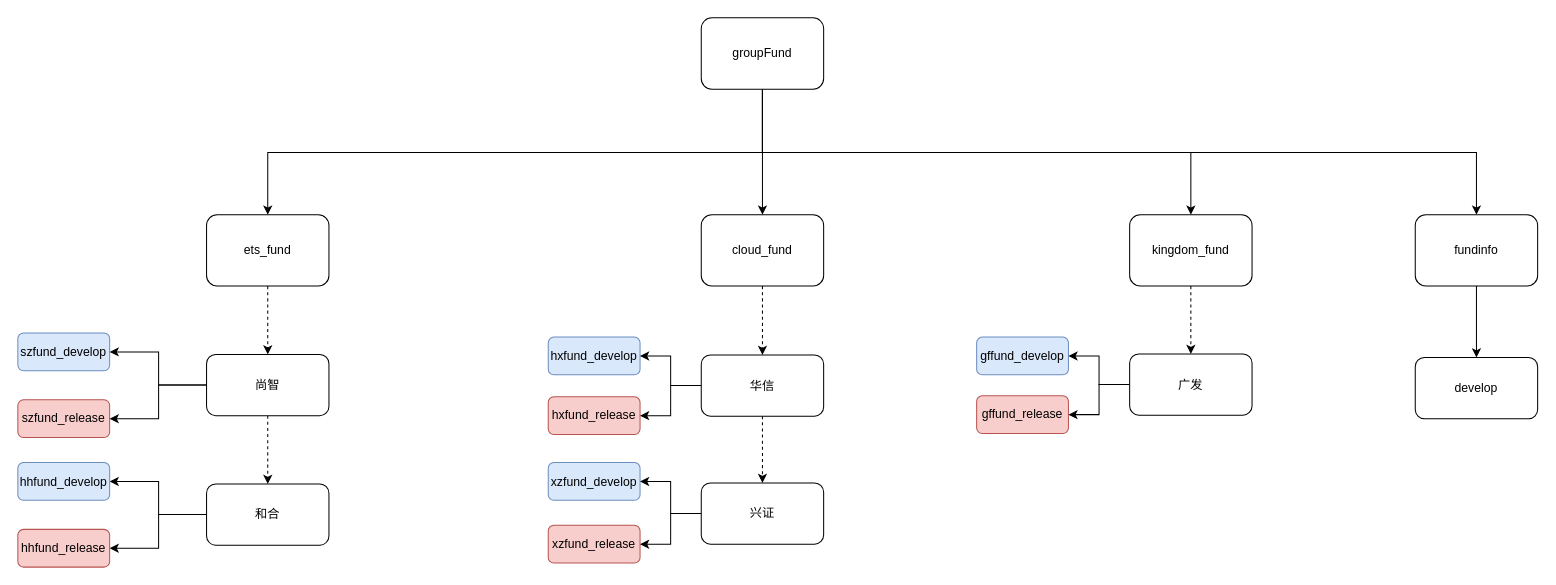
Earlier version of the draw.io diagram 基金git代码分支图.drawio (ammengke/my-drawio). Source tidied: cells renumbered, new cells numbered last; positions are measured from the earlier drawing's top-left corner, leaving out a move shared by most shapes. Both pictures are drawn from the tidied source at 102%, with x=0, y=0 at pixel (17, 17).
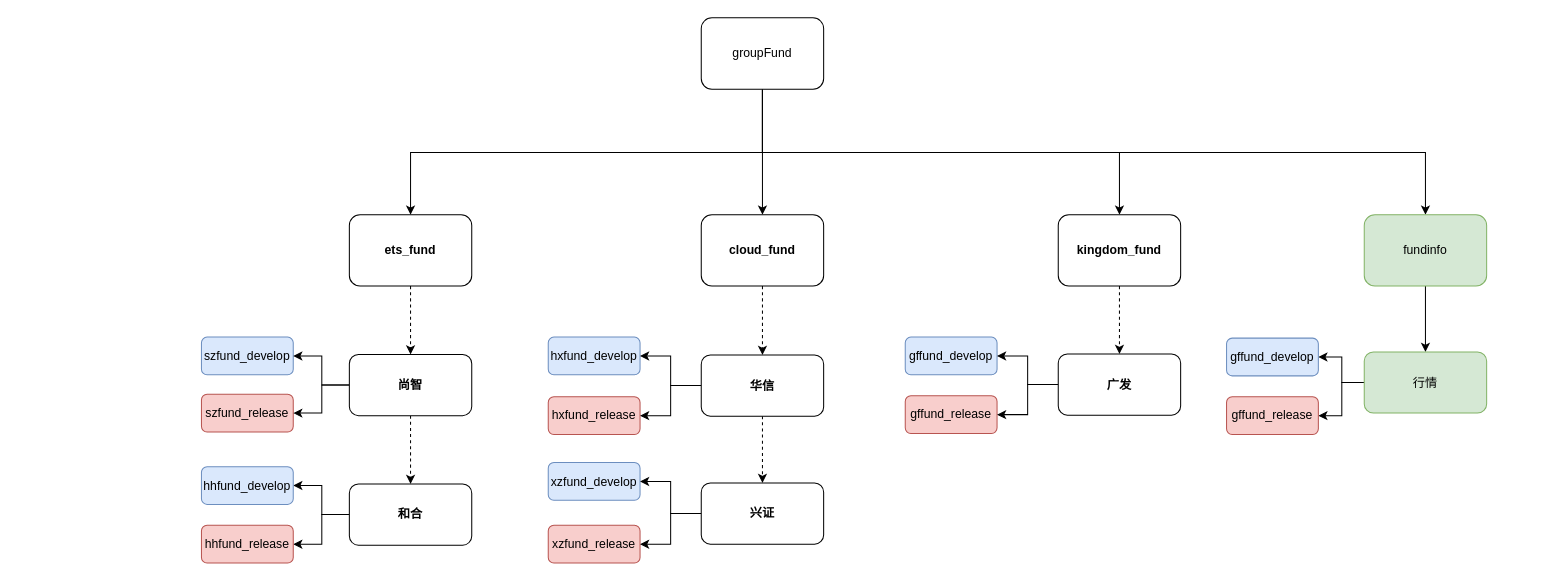
The same diagram, later.

Commit message (it also covers changes not shown here):
Update 基金git代码分支图.drawio

What changed in the source:
```diff
@@
-    <mxCell id="8" value="ets_fund" style="rounded=1;whiteSpace=wrap;html=1;" parent="1" vertex="1">
-      <mxGeometry x="185" y="193" width="120" height="70" as="geometry" />
+    <mxCell id="8" value="ets_fund" style="rounded=1;whiteSpace=wrap;html=1;fontStyle=1;" parent="1" vertex="1">
+      <mxGeometry x="325" y="193" width="120" height="70" as="geometry" />
     </mxCell>
@@
-    <mxCell id="10" value="cloud_fund" style="rounded=1;whiteSpace=wrap;html=1;" parent="1" vertex="1">
+    <mxCell id="10" value="cloud_fund" style="rounded=1;whiteSpace=wrap;html=1;fontStyle=1;" parent="1" vertex="1">
       <mxGeometry x="670" y="193" width="120" height="70" as="geometry" />
     </mxCell>
@@
-    <mxCell id="12" value="kingdom_fund" style="rounded=1;whiteSpace=wrap;html=1;" parent="1" vertex="1">
-      <mxGeometry x="1090" y="193" width="120" height="70" as="geometry" />
+    <mxCell id="12" value="kingdom_fund" style="rounded=1;whiteSpace=wrap;html=1;fontStyle=1;" parent="1" vertex="1">
+      <mxGeometry x="1020" y="193" width="120" height="70" as="geometry" />
     </mxCell>
@@
-    <mxCell id="14" value="fundinfo" style="rounded=1;whiteSpace=wrap;html=1;" parent="1" vertex="1">
-      <mxGeometry x="1370" y="193" width="120" height="70" as="geometry" />
+    <mxCell id="14" value="fundinfo" style="rounded=1;whiteSpace=wrap;html=1;fillColor=#d5e8d4;strokeColor=#82b366;" parent="1" vertex="1">
+      <mxGeometry x="1320" y="193" width="120" height="70" as="geometry" />
     </mxCell>
+    <mxCell id="43" style="edgeStyle=elbowEdgeStyle;rounded=0;jettySize=auto;html=1;entryX=1;entryY=0.5;entryDx=0;entryDy=0;" parent="1" edge="1" source="15" target="45">
+      <mxGeometry relative="1" as="geometry" />
+    </mxCell>
+    <mxCell id="44" style="edgeStyle=elbowEdgeStyle;rounded=0;jettySize=auto;html=1;entryX=1;entryY=0.5;entryDx=0;entryDy=0;" parent="1" edge="1" source="15" target="46">
+      <mxGeometry relative="1" as="geometry" />
+    </mxCell>
-    <mxCell id="15" value="develop" style="rounded=1;whiteSpace=wrap;html=1;strokeColor=#000000;" parent="1" vertex="1">
-      <mxGeometry x="1370" y="333" width="120" height="60" as="geometry" />
+    <mxCell id="15" value="行情" style="rounded=1;whiteSpace=wrap;html=1;strokeColor=#82b366;fillColor=#d5e8d4;" parent="1" vertex="1">
+      <mxGeometry x="1320" y="327.5" width="120" height="60" as="geometry" />
     </mxCell>
     <mxCell id="16" value="szfund_develop" style="rounded=1;whiteSpace=wrap;html=1;strokeColor=#6c8ebf;fillColor=#dae8fc;" parent="1" vertex="1">
-      <mxGeometry y="309" width="90" height="37" as="geometry" />
+      <mxGeometry x="180" y="313" width="90" height="37" as="geometry" />
     </mxCell>
     <mxCell id="17" value="szfund_release" style="rounded=1;whiteSpace=wrap;html=1;strokeColor=#b85450;fillColor=#f8cecc;" parent="1" vertex="1">
-      <mxGeometry y="374.5" width="90" height="37" as="geometry" />
+      <mxGeometry x="180" y="369" width="90" height="37" as="geometry" />
     </mxCell>
@@
     <mxCell id="22" value="gffund_develop" style="rounded=1;whiteSpace=wrap;html=1;strokeColor=#6c8ebf;fillColor=#dae8fc;" parent="1" vertex="1">
-      <mxGeometry x="940" y="313" width="90" height="37" as="geometry" />
+      <mxGeometry x="870" y="313" width="90" height="37" as="geometry" />
     </mxCell>
     <mxCell id="23" value="gffund_release" style="rounded=1;whiteSpace=wrap;html=1;strokeColor=#b85450;fillColor=#f8cecc;" parent="1" vertex="1">
-      <mxGeometry x="940" y="370.5" width="90" height="37" as="geometry" />
+      <mxGeometry x="870" y="370.5" width="90" height="37" as="geometry" />
     </mxCell>
@@
-    <mxCell id="27" value="尚智" style="rounded=1;whiteSpace=wrap;html=1;strokeColor=#000000;" parent="1" vertex="1">
-      <mxGeometry x="185" y="330" width="120" height="60" as="geometry" />
+    <mxCell id="27" value="尚智" style="rounded=1;whiteSpace=wrap;html=1;strokeColor=#000000;fontStyle=1;" parent="1" vertex="1">
+      <mxGeometry x="325" y="330" width="120" height="60" as="geometry" />
     </mxCell>
@@
-    <mxCell id="30" value="和合" style="rounded=1;whiteSpace=wrap;html=1;strokeColor=#000000;" parent="1" vertex="1">
-      <mxGeometry x="185" y="457" width="120" height="60" as="geometry" />
+    <mxCell id="30" value="和合" style="rounded=1;whiteSpace=wrap;html=1;strokeColor=#000000;fontStyle=1;" parent="1" vertex="1">
+      <mxGeometry x="325" y="457" width="120" height="60" as="geometry" />
     </mxCell>
     <mxCell id="31" value="hhfund_develop" style="rounded=1;whiteSpace=wrap;html=1;strokeColor=#6c8ebf;fillColor=#dae8fc;" parent="1" vertex="1">
-      <mxGeometry y="436" width="90" height="37" as="geometry" />
+      <mxGeometry x="180" y="440" width="90" height="37" as="geometry" />
     </mxCell>
     <mxCell id="32" value="hhfund_release" style="rounded=1;whiteSpace=wrap;html=1;strokeColor=#b85450;fillColor=#f8cecc;" parent="1" vertex="1">
-      <mxGeometry y="501.5" width="90" height="37" as="geometry" />
+      <mxGeometry x="180" y="497.5" width="90" height="37" as="geometry" />
     </mxCell>
@@
-    <mxCell id="36" value="华信" style="rounded=1;whiteSpace=wrap;html=1;strokeColor=#000000;" parent="1" vertex="1">
+    <mxCell id="36" value="华信" style="rounded=1;whiteSpace=wrap;html=1;strokeColor=#000000;fontStyle=1;" parent="1" vertex="1">
       <mxGeometry x="670" y="330.5" width="120" height="60" as="geometry" />
     </mxCell>
@@
-    <mxCell id="39" value="兴证" style="rounded=1;whiteSpace=wrap;html=1;strokeColor=#000000;" parent="1" vertex="1">
+    <mxCell id="39" value="兴证" style="rounded=1;whiteSpace=wrap;html=1;strokeColor=#000000;fontStyle=1;" parent="1" vertex="1">
       <mxGeometry x="670" y="456" width="120" height="60" as="geometry" />
     </mxCell>
@@
-    <mxCell id="42" value="广发" style="rounded=1;whiteSpace=wrap;html=1;strokeColor=#000000;" parent="1" vertex="1">
-      <mxGeometry x="1090" y="329.5" width="120" height="60" as="geometry" />
+    <mxCell id="42" value="广发" style="rounded=1;whiteSpace=wrap;html=1;strokeColor=#000000;fontStyle=1;" parent="1" vertex="1">
+      <mxGeometry x="1020" y="329.5" width="120" height="60" as="geometry" />
     </mxCell>
+    <mxCell id="45" value="gffund_develop" style="rounded=1;whiteSpace=wrap;html=1;strokeColor=#6c8ebf;fillColor=#dae8fc;" parent="1" vertex="1">
+      <mxGeometry x="1185" y="314" width="90" height="37" as="geometry" />
+    </mxCell>
+    <mxCell id="46" value="gffund_release" style="rounded=1;whiteSpace=wrap;html=1;strokeColor=#b85450;fillColor=#f8cecc;" parent="1" vertex="1">
+      <mxGeometry x="1185" y="371.5" width="90" height="37" as="geometry" />
+    </mxCell>
```
